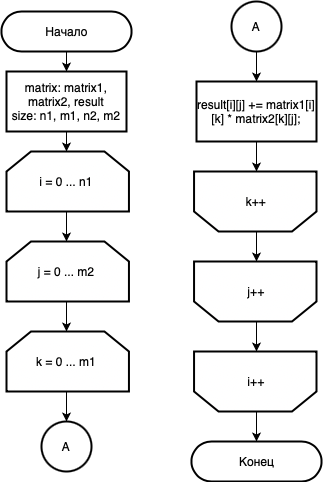
This is lab_02/report/tex/base.drawio.png from katya-varlamova/5-sem-aa, a draw.io export, as it was before one commit. Source tidied: cells renumbered, new cells last; positions are measured from the earlier drawing's top-left corner, leaving out a move shared by most shapes. Its diagram source:
```xml
<mxGraphModel>
  <root>
    <mxCell id="0" />
    <mxCell id="1" parent="0" />
    <mxCell id="2" style="edgeStyle=orthogonalEdgeStyle;rounded=0;jettySize=auto;html=1;" parent="1" edge="1" source="3" target="5">
      <mxGeometry relative="1" as="geometry" />
    </mxCell>
    <mxCell id="3" value="Начало" style="html=1;dashed=0;whitespace=wrap;shape=mxgraph.dfd.start;strokeWidth=2;" parent="1" vertex="1">
      <mxGeometry y="10" width="130" height="40" as="geometry" />
    </mxCell>
    <mxCell id="4" style="edgeStyle=orthogonalEdgeStyle;rounded=0;jettySize=auto;html=1;exitX=0.5;exitY=1;exitDx=0;exitDy=0;entryX=0.5;entryY=0;entryDx=0;entryDy=0;entryPerimeter=0;" parent="1" edge="1" source="5" target="7">
      <mxGeometry relative="1" as="geometry" />
    </mxCell>
    <mxCell id="5" value="matrix: matrix1, matrix2, result&lt;br&gt;size: n1, m1, n2, m2" style="rounded=0;whiteSpace=wrap;html=1;strokeWidth=2;" parent="1" vertex="1">
      <mxGeometry x="5" y="70" width="120" height="60" as="geometry" />
    </mxCell>
    <mxCell id="6" style="edgeStyle=orthogonalEdgeStyle;rounded=0;jettySize=auto;html=1;exitX=0.5;exitY=1;exitDx=0;exitDy=0;exitPerimeter=0;entryX=0.5;entryY=0;entryDx=0;entryDy=0;entryPerimeter=0;" parent="1" edge="1" source="7" target="9">
      <mxGeometry relative="1" as="geometry" />
    </mxCell>
    <mxCell id="7" value="i = 0 ... n1" style="strokeWidth=2;html=1;shape=(stored shape, 408 characters);whiteSpace=wrap;rotation=0;direction=east;gradientColor=#ffffff;" parent="1" vertex="1">
      <mxGeometry x="5" y="150" width="120" height="60" as="geometry" />
    </mxCell>
    <mxCell id="8" style="edgeStyle=orthogonalEdgeStyle;rounded=0;jettySize=auto;html=1;exitX=0.5;exitY=1;exitDx=0;exitDy=0;exitPerimeter=0;entryX=0.5;entryY=0;entryDx=0;entryDy=0;entryPerimeter=0;" parent="1" edge="1" source="9" target="11">
      <mxGeometry relative="1" as="geometry" />
    </mxCell>
    <mxCell id="9" value="j = 0 ... m2" style="strokeWidth=2;html=1;shape=(stored shape, 408 characters);whiteSpace=wrap;rotation=0;direction=east;gradientColor=#ffffff;" parent="1" vertex="1">
      <mxGeometry x="5" y="240" width="120" height="60" as="geometry" />
    </mxCell>
    <mxCell id="10" style="edgeStyle=orthogonalEdgeStyle;rounded=0;jettySize=auto;html=1;exitX=0.5;exitY=1;exitDx=0;exitDy=0;exitPerimeter=0;entryX=0.5;entryY=0;entryDx=0;entryDy=0;" parent="1" edge="1" source="11">
      <mxGeometry relative="1" as="geometry">
        <mxPoint x="65" y="420" as="targetPoint" />
      </mxGeometry>
    </mxCell>
    <mxCell id="11" value="k = 0 ... m1" style="strokeWidth=2;html=1;shape=(stored shape, 408 characters);whiteSpace=wrap;rotation=0;direction=east;gradientColor=#ffffff;" parent="1" vertex="1">
      <mxGeometry x="5" y="330" width="120" height="60" as="geometry" />
    </mxCell>
    <mxCell id="12" style="edgeStyle=orthogonalEdgeStyle;rounded=0;jettySize=auto;html=1;exitX=0.5;exitY=1;exitDx=0;exitDy=0;entryX=0.5;entryY=1;entryDx=0;entryDy=0;entryPerimeter=0;" parent="1" edge="1" source="13" target="20">
      <mxGeometry relative="1" as="geometry" />
    </mxCell>
    <mxCell id="13" value="result[i][j] += matrix1[i][k] * matrix2[k][j];" style="rounded=0;whiteSpace=wrap;html=1;strokeWidth=2;" parent="1" vertex="1">
      <mxGeometry x="195" y="80" width="120" height="60" as="geometry" />
    </mxCell>
    <mxCell id="14" value="Конец" style="html=1;dashed=0;whitespace=wrap;shape=mxgraph.dfd.start;strokeWidth=2;" parent="1" vertex="1">
      <mxGeometry x="190" y="440" width="130" height="40" as="geometry" />
    </mxCell>
    <mxCell id="15" style="edgeStyle=orthogonalEdgeStyle;rounded=0;jettySize=auto;html=1;exitX=0.5;exitY=0;exitDx=0;exitDy=0;exitPerimeter=0;entryX=0.5;entryY=0.5;entryDx=0;entryDy=-20;entryPerimeter=0;" parent="1" edge="1" source="16" target="14">
      <mxGeometry relative="1" as="geometry" />
    </mxCell>
    <mxCell id="16" value="i++" style="strokeWidth=2;html=1;shape=(stored shape, 408 characters);whiteSpace=wrap;rotation=0;direction=west;gradientColor=#ffffff;" parent="1" vertex="1">
      <mxGeometry x="195" y="350" width="120" height="60" as="geometry" />
    </mxCell>
    <mxCell id="17" style="edgeStyle=orthogonalEdgeStyle;rounded=0;jettySize=auto;html=1;exitX=0.5;exitY=0;exitDx=0;exitDy=0;exitPerimeter=0;entryX=0.5;entryY=1;entryDx=0;entryDy=0;entryPerimeter=0;" parent="1" edge="1" source="18" target="16">
      <mxGeometry relative="1" as="geometry" />
    </mxCell>
    <mxCell id="18" value="j++" style="strokeWidth=2;html=1;shape=(stored shape, 408 characters);whiteSpace=wrap;rotation=0;direction=west;gradientColor=#ffffff;" parent="1" vertex="1">
      <mxGeometry x="195" y="260" width="120" height="60" as="geometry" />
    </mxCell>
    <mxCell id="19" style="edgeStyle=orthogonalEdgeStyle;rounded=0;jettySize=auto;html=1;exitX=0.5;exitY=0;exitDx=0;exitDy=0;exitPerimeter=0;entryX=0.5;entryY=1;entryDx=0;entryDy=0;entryPerimeter=0;" parent="1" edge="1" source="20" target="18">
      <mxGeometry relative="1" as="geometry" />
    </mxCell>
    <mxCell id="20" value="k++" style="strokeWidth=2;html=1;shape=(stored shape, 408 characters);whiteSpace=wrap;rotation=0;direction=west;gradientColor=#ffffff;" parent="1" vertex="1">
      <mxGeometry x="195" y="170" width="120" height="60" as="geometry" />
    </mxCell>
    <mxCell id="21" value="A" style="ellipse;whiteSpace=wrap;html=1;strokeWidth=2;" parent="1" vertex="1">
      <mxGeometry x="40" y="420" width="50" height="50" as="geometry" />
    </mxCell>
    <mxCell id="22" style="edgeStyle=orthogonalEdgeStyle;rounded=0;jettySize=auto;html=1;exitX=0.5;exitY=1;exitDx=0;exitDy=0;" parent="1" edge="1" source="23" target="13">
      <mxGeometry relative="1" as="geometry" />
    </mxCell>
    <mxCell id="23" value="A" style="ellipse;whiteSpace=wrap;html=1;strokeWidth=2;" parent="1" vertex="1">
      <mxGeometry x="230" width="50" height="50" as="geometry" />
    </mxCell>
  </root>
</mxGraphModel>
```
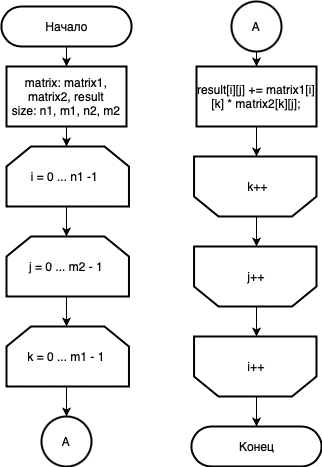
The same file after the commit.

Change to the diagram source:
```diff
@@ -6,69 +6,69 @@
       <mxGeometry relative="1" as="geometry" />
     </mxCell>
     <mxCell id="3" value="Начало" style="html=1;dashed=0;whitespace=wrap;shape=mxgraph.dfd.start;strokeWidth=2;" parent="1" vertex="1">
-      <mxGeometry y="10" width="130" height="40" as="geometry" />
+      <mxGeometry x="150" y="-90" width="130" height="40" as="geometry" />
     </mxCell>
     <mxCell id="4" style="edgeStyle=orthogonalEdgeStyle;rounded=0;jettySize=auto;html=1;exitX=0.5;exitY=1;exitDx=0;exitDy=0;entryX=0.5;entryY=0;entryDx=0;entryDy=0;entryPerimeter=0;" parent="1" edge="1" source="5" target="7">
       <mxGeometry relative="1" as="geometry" />
     </mxCell>
     <mxCell id="5" value="matrix: matrix1, matrix2, result&lt;br&gt;size: n1, m1, n2, m2" style="rounded=0;whiteSpace=wrap;html=1;strokeWidth=2;" parent="1" vertex="1">
-      <mxGeometry x="5" y="70" width="120" height="60" as="geometry" />
+      <mxGeometry x="155" y="-30" width="120" height="60" as="geometry" />
     </mxCell>
     <mxCell id="6" style="edgeStyle=orthogonalEdgeStyle;rounded=0;jettySize=auto;html=1;exitX=0.5;exitY=1;exitDx=0;exitDy=0;exitPerimeter=0;entryX=0.5;entryY=0;entryDx=0;entryDy=0;entryPerimeter=0;" parent="1" edge="1" source="7" target="9">
       <mxGeometry relative="1" as="geometry" />
     </mxCell>
-    <mxCell id="7" value="i = 0 ... n1" style="strokeWidth=2;html=1;shape=(stored shape, 408 characters);whiteSpace=wrap;rotation=0;direction=east;gradientColor=#ffffff;" parent="1" vertex="1">
-      <mxGeometry x="5" y="150" width="120" height="60" as="geometry" />
+    <mxCell id="7" value="i = 0 ... n1 -1&amp;nbsp;" style="strokeWidth=2;html=1;shape=(stored shape, 408 characters);whiteSpace=wrap;rotation=0;direction=east;gradientColor=#ffffff;" parent="1" vertex="1">
+      <mxGeometry x="155" y="50" width="120" height="60" as="geometry" />
     </mxCell>
     <mxCell id="8" style="edgeStyle=orthogonalEdgeStyle;rounded=0;jettySize=auto;html=1;exitX=0.5;exitY=1;exitDx=0;exitDy=0;exitPerimeter=0;entryX=0.5;entryY=0;entryDx=0;entryDy=0;entryPerimeter=0;" parent="1" edge="1" source="9" target="11">
       <mxGeometry relative="1" as="geometry" />
     </mxCell>
-    <mxCell id="9" value="j = 0 ... m2" style="strokeWidth=2;html=1;shape=(stored shape, 408 characters);whiteSpace=wrap;rotation=0;direction=east;gradientColor=#ffffff;" parent="1" vertex="1">
-      <mxGeometry x="5" y="240" width="120" height="60" as="geometry" />
+    <mxCell id="9" value="j = 0 ... m2 - 1" style="strokeWidth=2;html=1;shape=(stored shape, 408 characters);whiteSpace=wrap;rotation=0;direction=east;gradientColor=#ffffff;" parent="1" vertex="1">
+      <mxGeometry x="155" y="140" width="120" height="60" as="geometry" />
     </mxCell>
     <mxCell id="10" style="edgeStyle=orthogonalEdgeStyle;rounded=0;jettySize=auto;html=1;exitX=0.5;exitY=1;exitDx=0;exitDy=0;exitPerimeter=0;entryX=0.5;entryY=0;entryDx=0;entryDy=0;" parent="1" edge="1" source="11">
       <mxGeometry relative="1" as="geometry">
-        <mxPoint x="65" y="420" as="targetPoint" />
+        <mxPoint x="215" y="320" as="targetPoint" />
       </mxGeometry>
     </mxCell>
-    <mxCell id="11" value="k = 0 ... m1" style="strokeWidth=2;html=1;shape=(stored shape, 408 characters);whiteSpace=wrap;rotation=0;direction=east;gradientColor=#ffffff;" parent="1" vertex="1">
-      <mxGeometry x="5" y="330" width="120" height="60" as="geometry" />
+    <mxCell id="11" value="k = 0 ... m1 - 1" style="strokeWidth=2;html=1;shape=(stored shape, 408 characters);whiteSpace=wrap;rotation=0;direction=east;gradientColor=#ffffff;" parent="1" vertex="1">
+      <mxGeometry x="155" y="230" width="120" height="60" as="geometry" />
     </mxCell>
     <mxCell id="12" style="edgeStyle=orthogonalEdgeStyle;rounded=0;jettySize=auto;html=1;exitX=0.5;exitY=1;exitDx=0;exitDy=0;entryX=0.5;entryY=1;entryDx=0;entryDy=0;entryPerimeter=0;" parent="1" edge="1" source="13" target="20">
       <mxGeometry relative="1" as="geometry" />
     </mxCell>
     <mxCell id="13" value="result[i][j] += matrix1[i][k] * matrix2[k][j];" style="rounded=0;whiteSpace=wrap;html=1;strokeWidth=2;" parent="1" vertex="1">
-      <mxGeometry x="195" y="80" width="120" height="60" as="geometry" />
+      <mxGeometry x="345" y="-30" width="120" height="60" as="geometry" />
     </mxCell>
     <mxCell id="14" value="Конец" style="html=1;dashed=0;whitespace=wrap;shape=mxgraph.dfd.start;strokeWidth=2;" parent="1" vertex="1">
-      <mxGeometry x="190" y="440" width="130" height="40" as="geometry" />
+      <mxGeometry x="340" y="330" width="130" height="40" as="geometry" />
     </mxCell>
     <mxCell id="15" style="edgeStyle=orthogonalEdgeStyle;rounded=0;jettySize=auto;html=1;exitX=0.5;exitY=0;exitDx=0;exitDy=0;exitPerimeter=0;entryX=0.5;entryY=0.5;entryDx=0;entryDy=-20;entryPerimeter=0;" parent="1" edge="1" source="16" target="14">
       <mxGeometry relative="1" as="geometry" />
     </mxCell>
     <mxCell id="16" value="i++" style="strokeWidth=2;html=1;shape=(stored shape, 408 characters);whiteSpace=wrap;rotation=0;direction=west;gradientColor=#ffffff;" parent="1" vertex="1">
-      <mxGeometry x="195" y="350" width="120" height="60" as="geometry" />
+      <mxGeometry x="345" y="240" width="120" height="60" as="geometry" />
     </mxCell>
     <mxCell id="17" style="edgeStyle=orthogonalEdgeStyle;rounded=0;jettySize=auto;html=1;exitX=0.5;exitY=0;exitDx=0;exitDy=0;exitPerimeter=0;entryX=0.5;entryY=1;entryDx=0;entryDy=0;entryPerimeter=0;" parent="1" edge="1" source="18" target="16">
       <mxGeometry relative="1" as="geometry" />
     </mxCell>
     <mxCell id="18" value="j++" style="strokeWidth=2;html=1;shape=(stored shape, 408 characters);whiteSpace=wrap;rotation=0;direction=west;gradientColor=#ffffff;" parent="1" vertex="1">
-      <mxGeometry x="195" y="260" width="120" height="60" as="geometry" />
+      <mxGeometry x="345" y="150" width="120" height="60" as="geometry" />
     </mxCell>
     <mxCell id="19" style="edgeStyle=orthogonalEdgeStyle;rounded=0;jettySize=auto;html=1;exitX=0.5;exitY=0;exitDx=0;exitDy=0;exitPerimeter=0;entryX=0.5;entryY=1;entryDx=0;entryDy=0;entryPerimeter=0;" parent="1" edge="1" source="20" target="18">
       <mxGeometry relative="1" as="geometry" />
     </mxCell>
-    <mxCell id="20" value="k++" style="strokeWidth=2;html=1;shape=(stored shape, 408 characters);whiteSpace=wrap;rotation=0;direction=west;gradientColor=#ffffff;" parent="1" vertex="1">
-      <mxGeometry x="195" y="170" width="120" height="60" as="geometry" />
+    <mxCell id="20" value="&amp;nbsp;k++" style="strokeWidth=2;html=1;shape=(stored shape, 408 characters);whiteSpace=wrap;rotation=0;direction=west;gradientColor=#ffffff;" parent="1" vertex="1">
+      <mxGeometry x="345" y="60" width="120" height="60" as="geometry" />
     </mxCell>
-    <mxCell id="21" value="A" style="ellipse;whiteSpace=wrap;html=1;strokeWidth=2;" parent="1" vertex="1">
-      <mxGeometry x="40" y="420" width="50" height="50" as="geometry" />
-    </mxCell>
-    <mxCell id="22" style="edgeStyle=orthogonalEdgeStyle;rounded=0;jettySize=auto;html=1;exitX=0.5;exitY=1;exitDx=0;exitDy=0;" parent="1" edge="1" source="23" target="13">
-      <mxGeometry relative="1" as="geometry" />
-    </mxCell>
-    <mxCell id="23" value="A" style="ellipse;whiteSpace=wrap;html=1;strokeWidth=2;" parent="1" vertex="1">
-      <mxGeometry x="230" width="50" height="50" as="geometry" />
-    </mxCell>
+    <mxCell id="24" value="A" style="ellipse;whiteSpace=wrap;html=1;strokeWidth=2;" parent="1" vertex="1">
+      <mxGeometry x="190" y="320" width="50" height="50" as="geometry" />
+    </mxCell>
+    <mxCell id="25" style="edgeStyle=orthogonalEdgeStyle;rounded=0;jettySize=auto;html=1;exitX=0.5;exitY=1;exitDx=0;exitDy=0;entryX=0.5;entryY=0;entryDx=0;entryDy=0;" parent="1" edge="1" source="26" target="13">
+      <mxGeometry relative="1" as="geometry" />
+    </mxCell>
+    <mxCell id="26" value="A" style="ellipse;whiteSpace=wrap;html=1;strokeWidth=2;" parent="1" vertex="1">
+      <mxGeometry x="380" y="-95" width="50" height="50" as="geometry" />
+    </mxCell>
   </root>
 </mxGraphModel>
```
